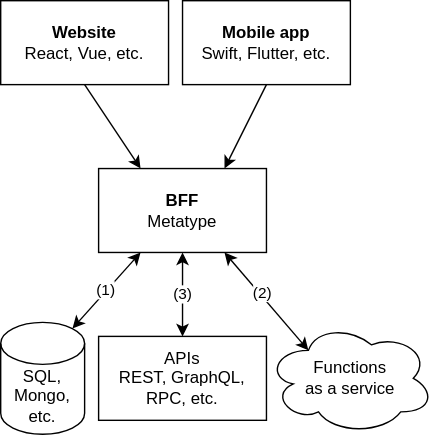
Before: website/use-cases/backend-for-frontend/image.drawio.svg, a diagram exported from draw.io (metatypedev/metatype). Source tidied: cells renumbered, new cells last; positions are measured from the earlier drawing's top-left corner, leaving out a move shared by most shapes. Source of this version:
```xml
<mxGraphModel>
  <root>
    <mxCell id="0" />
    <mxCell id="1" parent="0" />
    <mxCell id="2" style="edgeStyle=none;html=1;exitX=0.5;exitY=1;exitDx=0;exitDy=0;entryX=0.25;entryY=0;entryDx=0;entryDy=0;" parent="1" edge="1" source="3" target="9">
      <mxGeometry x="-0.12" relative="1" as="geometry" />
    </mxCell>
    <mxCell id="3" value="&lt;b&gt;Website&lt;/b&gt;&lt;br&gt;React, Vue, etc." style="rounded=0;whiteSpace=wrap;html=1;" parent="1" vertex="1">
      <mxGeometry width="120" height="60" as="geometry" />
    </mxCell>
    <mxCell id="4" style="edgeStyle=none;html=1;exitX=0.75;exitY=1;exitDx=0;exitDy=0;entryX=0.25;entryY=0.25;entryDx=0;entryDy=0;entryPerimeter=0;startArrow=classic;startFill=1;" parent="1" edge="1" source="9" target="12">
      <mxGeometry relative="1" as="geometry" />
    </mxCell>
    <mxCell id="5" value="(2)" style="edgeLabel;html=1;align=center;verticalAlign=middle;" parent="4" vertex="1">
      <mxGeometry x="-0.04" y="3" relative="1" as="geometry">
        <mxPoint x="-4" y="-3" as="offset" />
      </mxGeometry>
    </mxCell>
    <mxCell id="6" value="(3)" style="edgeStyle=none;html=1;exitX=0.5;exitY=1;exitDx=0;exitDy=0;startArrow=classic;startFill=1;" parent="1" edge="1" source="9" target="11">
      <mxGeometry relative="1" as="geometry" />
    </mxCell>
    <mxCell id="7" style="edgeStyle=none;html=1;exitX=0.25;exitY=1;exitDx=0;exitDy=0;entryX=0.855;entryY=0;entryDx=0;entryDy=4.35;entryPerimeter=0;startArrow=classic;startFill=1;" parent="1" edge="1" source="9" target="10">
      <mxGeometry relative="1" as="geometry" />
    </mxCell>
    <mxCell id="8" value="(1)" style="edgeLabel;html=1;align=center;verticalAlign=middle;" parent="7" vertex="1">
      <mxGeometry x="0.01" y="-1" relative="1" as="geometry" />
    </mxCell>
    <mxCell id="9" value="&lt;b&gt;BFF&lt;/b&gt;&lt;br&gt;Metatype" style="rounded=0;whiteSpace=wrap;html=1;" parent="1" vertex="1">
      <mxGeometry x="70" y="120" width="120" height="60" as="geometry" />
    </mxCell>
    <mxCell id="10" value="SQL,&lt;br&gt;Mongo, etc." style="shape=cylinder3;whiteSpace=wrap;html=1;boundedLbl=1;backgroundOutline=1;size=15;" parent="1" vertex="1">
      <mxGeometry y="230" width="60" height="80" as="geometry" />
    </mxCell>
    <mxCell id="11" value="APIs&lt;br&gt;REST, GraphQL, RPC, etc." style="rounded=0;whiteSpace=wrap;html=1;" parent="1" vertex="1">
      <mxGeometry x="70" y="240" width="120" height="60" as="geometry" />
    </mxCell>
    <mxCell id="12" value="Functions&lt;br&gt;as a service" style="ellipse;shape=cloud;whiteSpace=wrap;html=1;" parent="1" vertex="1">
      <mxGeometry x="190" y="230" width="120" height="80" as="geometry" />
    </mxCell>
    <mxCell id="13" style="edgeStyle=none;html=1;exitX=0.5;exitY=1;exitDx=0;exitDy=0;entryX=0.75;entryY=0;entryDx=0;entryDy=0;" parent="1" edge="1" source="14" target="9">
      <mxGeometry relative="1" as="geometry" />
    </mxCell>
    <mxCell id="14" value="&lt;b&gt;Mobile app&lt;/b&gt;&lt;br&gt;Swift, Flutter, etc." style="rounded=0;whiteSpace=wrap;html=1;" parent="1" vertex="1">
      <mxGeometry x="130" width="120" height="60" as="geometry" />
    </mxCell>
  </root>
</mxGraphModel>
```
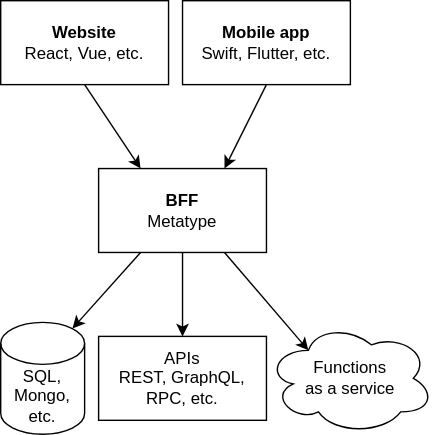
After the change.

The edit, as a diff of the source:
```diff
@@ -8,23 +8,15 @@
     <mxCell id="3" value="&lt;b&gt;Website&lt;/b&gt;&lt;br&gt;React, Vue, etc." style="rounded=0;whiteSpace=wrap;html=1;" parent="1" vertex="1">
       <mxGeometry width="120" height="60" as="geometry" />
     </mxCell>
-    <mxCell id="4" style="edgeStyle=none;html=1;exitX=0.75;exitY=1;exitDx=0;exitDy=0;entryX=0.25;entryY=0.25;entryDx=0;entryDy=0;entryPerimeter=0;startArrow=classic;startFill=1;" parent="1" edge="1" source="9" target="12">
+    <mxCell id="4" style="edgeStyle=none;html=1;exitX=0.75;exitY=1;exitDx=0;exitDy=0;entryX=0.25;entryY=0.25;entryDx=0;entryDy=0;entryPerimeter=0;startArrow=none;startFill=0;" parent="1" edge="1" source="9" target="12">
       <mxGeometry relative="1" as="geometry" />
     </mxCell>
-    <mxCell id="5" value="(2)" style="edgeLabel;html=1;align=center;verticalAlign=middle;" parent="4" vertex="1">
-      <mxGeometry x="-0.04" y="3" relative="1" as="geometry">
-        <mxPoint x="-4" y="-3" as="offset" />
-      </mxGeometry>
-    </mxCell>
-    <mxCell id="6" value="(3)" style="edgeStyle=none;html=1;exitX=0.5;exitY=1;exitDx=0;exitDy=0;startArrow=classic;startFill=1;" parent="1" edge="1" source="9" target="11">
+    <mxCell id="6" style="edgeStyle=none;html=1;exitX=0.5;exitY=1;exitDx=0;exitDy=0;startArrow=none;startFill=0;" parent="1" edge="1" source="9" target="11">
       <mxGeometry relative="1" as="geometry" />
     </mxCell>
-    <mxCell id="7" style="edgeStyle=none;html=1;exitX=0.25;exitY=1;exitDx=0;exitDy=0;entryX=0.855;entryY=0;entryDx=0;entryDy=4.35;entryPerimeter=0;startArrow=classic;startFill=1;" parent="1" edge="1" source="9" target="10">
+    <mxCell id="7" style="edgeStyle=none;html=1;exitX=0.25;exitY=1;exitDx=0;exitDy=0;entryX=0.855;entryY=0;entryDx=0;entryDy=4.35;entryPerimeter=0;startArrow=none;startFill=0;" parent="1" edge="1" source="9" target="10">
       <mxGeometry relative="1" as="geometry" />
     </mxCell>
-    <mxCell id="8" value="(1)" style="edgeLabel;html=1;align=center;verticalAlign=middle;" parent="7" vertex="1">
-      <mxGeometry x="0.01" y="-1" relative="1" as="geometry" />
-    </mxCell>
     <mxCell id="9" value="&lt;b&gt;BFF&lt;/b&gt;&lt;br&gt;Metatype" style="rounded=0;whiteSpace=wrap;html=1;" parent="1" vertex="1">
       <mxGeometry x="70" y="120" width="120" height="60" as="geometry" />
     </mxCell>
```
